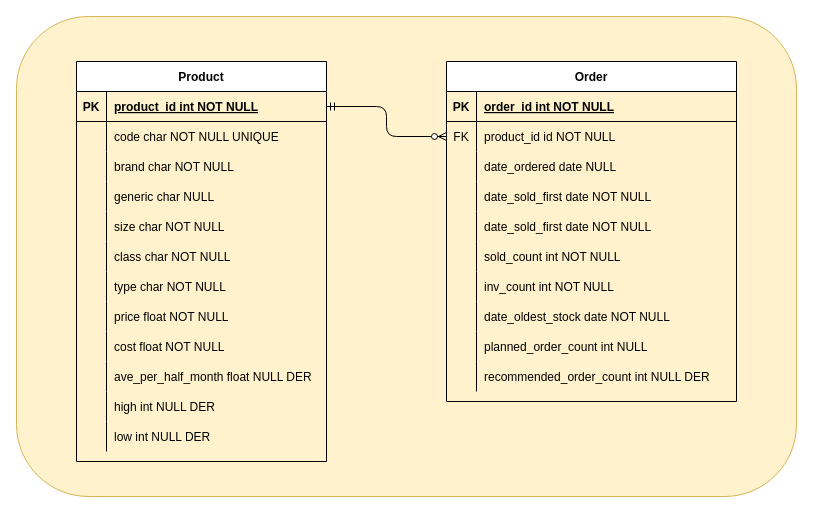
This is db-design.drawio from thisLexic/pharma-order, a draw.io file, before an edit. Source tidied: cells renumbered, new cells numbered last; positions are measured from the earlier drawing's top-left corner, leaving out a move shared by most shapes. Both pictures are drawn from the tidied source at 100%, with x=0, y=0 at pixel (16, 16).
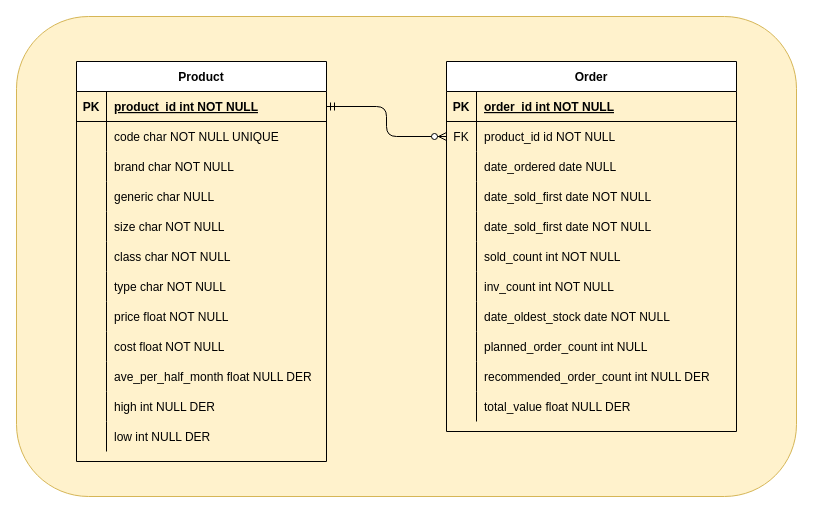
After the change.

Commit message:
added field for total_value in order

What changed in the source:
```diff
@@
     <mxCell id="40" value="Order" style="shape=table;startSize=30;childLayout=tableLayout;rowLines=0;fontStyle=1;align=center;" parent="1" vertex="1">
-      <mxGeometry x="430" y="45" width="290" height="340" as="geometry" />
+      <mxGeometry x="430" y="45" width="290" height="370" as="geometry" />
     </mxCell>
@@
+    <mxCell id="72" style="shape=partialRectangle;fillColor=none;top=0;left=0;right=0;bottom=0;" parent="40" vertex="1">
+      <mxGeometry y="330" width="290" height="30" as="geometry" />
+    </mxCell>
+    <mxCell id="73" style="shape=partialRectangle;overflow=hidden;fillColor=none;top=0;left=0;bottom=0;right=0;" parent="72" vertex="1">
+      <mxGeometry width="30" height="30" as="geometry" />
+    </mxCell>
+    <mxCell id="74" value="total_value float NULL DER" style="shape=partialRectangle;overflow=hidden;fillColor=none;top=0;left=0;bottom=0;right=0;align=left;spacingLeft=6;" parent="72" vertex="1">
+      <mxGeometry x="30" width="260" height="30" as="geometry" />
+    </mxCell>
```
